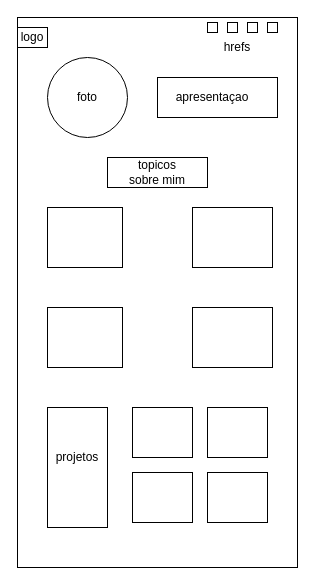
Above: oi.drawio in Kendeki/aulauvv (draw.io), before the change. Source tidied: cells renumbered, new cells numbered last; positions are measured from the earlier drawing's top-left corner, leaving out a move shared by most shapes. Both pictures are drawn from the tidied source at 100%, with x=0, y=0 at pixel (17, 17).
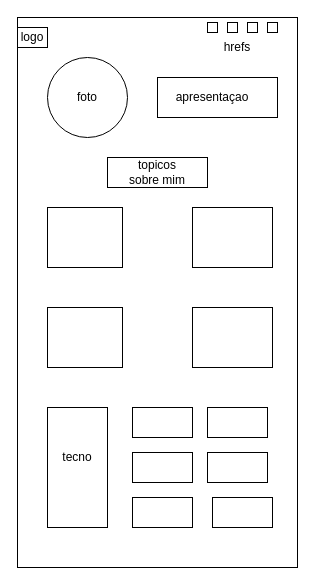
The same diagram, later.

What changed in the source:
```diff
@@
-    <mxCell id="21" value="projetos" style="text;html=1;align=center;verticalAlign=middle;whiteSpace=wrap;rounded=0;" parent="1" vertex="1">
+    <mxCell id="21" value="tecno" style="text;html=1;align=center;verticalAlign=middle;whiteSpace=wrap;rounded=0;" parent="1" vertex="1">
       <mxGeometry x="30" y="425" width="60" height="30" as="geometry" />
     </mxCell>
-    <mxCell id="22" style="rounded=0;whiteSpace=wrap;html=1;" parent="1" vertex="1">
-      <mxGeometry x="190" y="390" width="60" height="50" as="geometry" />
-    </mxCell>
     <mxCell id="23" style="rounded=0;whiteSpace=wrap;html=1;" parent="1" vertex="1">
-      <mxGeometry x="115" y="390" width="60" height="50" as="geometry" />
+      <mxGeometry x="115" y="390" width="60" height="30" as="geometry" />
     </mxCell>
-    <mxCell id="24" style="rounded=0;whiteSpace=wrap;html=1;" parent="1" vertex="1">
-      <mxGeometry x="115" y="455" width="60" height="50" as="geometry" />
-    </mxCell>
-    <mxCell id="25" style="rounded=0;whiteSpace=wrap;html=1;" parent="1" vertex="1">
-      <mxGeometry x="190" y="455" width="60" height="50" as="geometry" />
-    </mxCell>
+    <mxCell id="26" style="rounded=0;whiteSpace=wrap;html=1;" parent="1" vertex="1">
+      <mxGeometry x="190" y="390" width="60" height="30" as="geometry" />
+    </mxCell>
+    <mxCell id="27" style="rounded=0;whiteSpace=wrap;html=1;" parent="1" vertex="1">
+      <mxGeometry x="115" y="435" width="60" height="30" as="geometry" />
+    </mxCell>
+    <mxCell id="28" style="rounded=0;whiteSpace=wrap;html=1;" parent="1" vertex="1">
+      <mxGeometry x="190" y="435" width="60" height="30" as="geometry" />
+    </mxCell>
+    <mxCell id="29" style="rounded=0;whiteSpace=wrap;html=1;" parent="1" vertex="1">
+      <mxGeometry x="115" y="480" width="60" height="30" as="geometry" />
+    </mxCell>
+    <mxCell id="30" style="rounded=0;whiteSpace=wrap;html=1;" parent="1" vertex="1">
+      <mxGeometry x="195" y="480" width="60" height="30" as="geometry" />
+    </mxCell>
```
